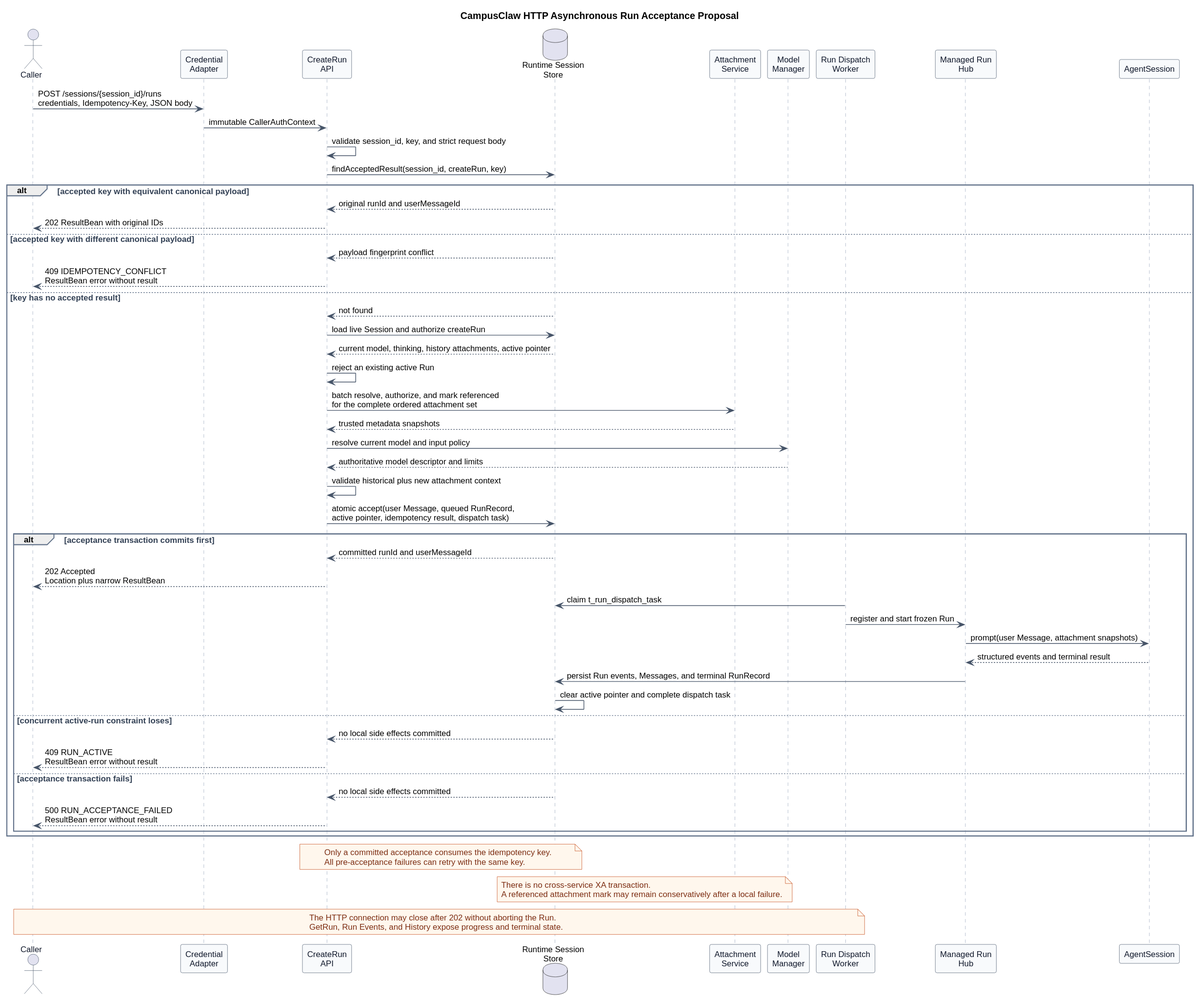
Above: pi-mono-java-manager-driven-multi-agent-runtime/http_create_run.svg in ssm0808/pi-mono-java-design (PlantUML), before the change.
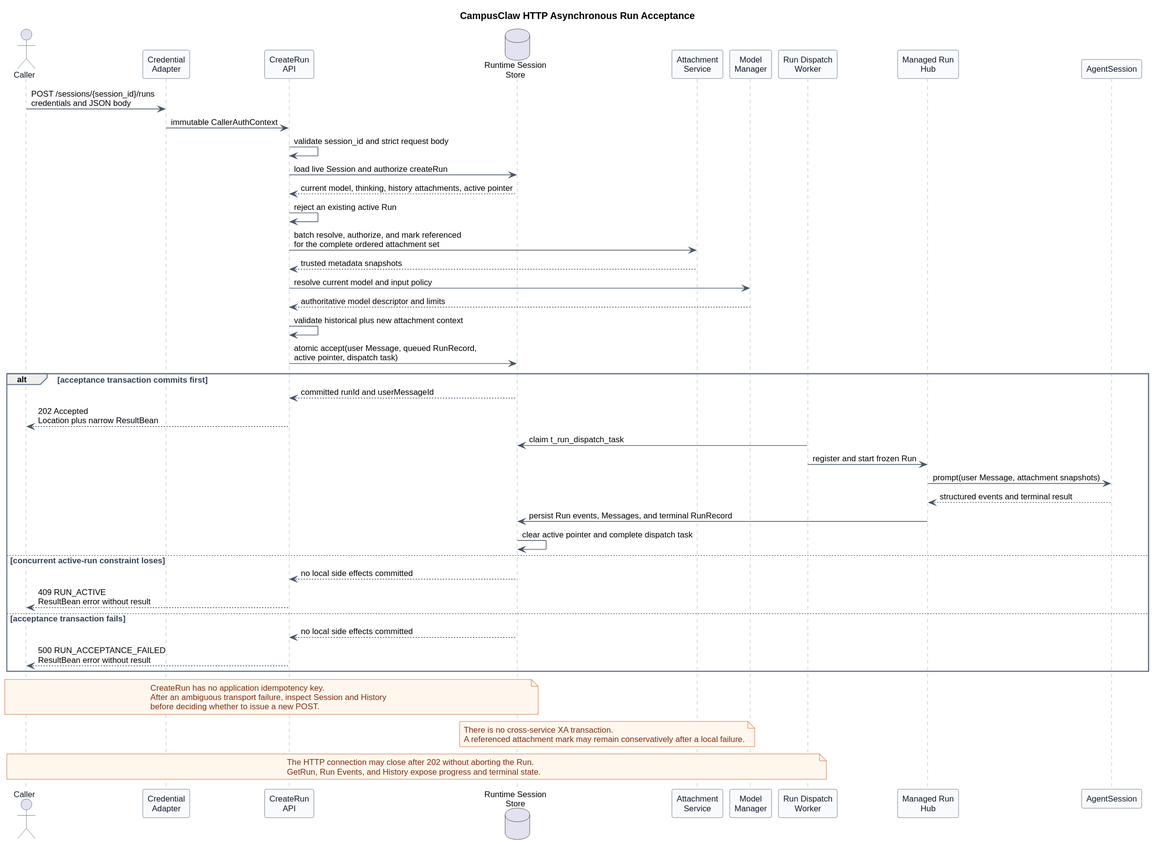
After the commit.

Commit message:
docs(api): confirm CreateRun contract

Diff of the diagram source:
```diff
@@ -1,5 +1,5 @@
 @startuml
-title CampusClaw HTTP Asynchronous Run Acceptance Proposal
+title CampusClaw HTTP Asynchronous Run Acceptance
 
 
 skinparam backgroundColor #FFFFFF
@@ -34,50 +34,40 @@
 participant "Managed Run\nHub" as Hub
 participant AgentSession
 
-Caller -> Auth : POST /sessions/{session_id}/runs\ncredentials, Idempotency-Key, JSON body
+Caller -> Auth : POST /sessions/{session_id}/runs\ncredentials and JSON body
 Auth -> API : immutable CallerAuthContext
-API -> API : validate session_id, key, and strict request body
-API -> Store : findAcceptedResult(session_id, createRun, key)
+API -> API : validate session_id and strict request body
+API -> Store : load live Session and authorize createRun
+Store --> API : current model, thinking, history attachments, active pointer
+API -> API : reject an existing active Run
+API -> Attachment : batch resolve, authorize, and mark referenced\nfor the complete ordered attachment set
+Attachment --> API : trusted metadata snapshots
+API -> Manager : resolve current model and input policy
+Manager --> API : authoritative model descriptor and limits
+API -> API : validate historical plus new attachment context
+API -> Store : atomic accept(user Message, queued RunRecord,\nactive pointer, dispatch task)
 
-alt accepted key with equivalent canonical payload
-  Store --> API : original runId and userMessageId
-  API --> Caller : 202 ResultBean with original IDs
-else accepted key with different canonical payload
-  Store --> API : payload fingerprint conflict
-  API --> Caller : 409 IDEMPOTENCY_CONFLICT\nResultBean error without result
-else key has no accepted result
-  Store --> API : not found
-  API -> Store : load live Session and authorize createRun
-  Store --> API : current model, thinking, history attachments, active pointer
-  API -> API : reject an existing active Run
-  API -> Attachment : batch resolve, authorize, and mark referenced\nfor the complete ordered attachment set
-  Attachment --> API : trusted metadata snapshots
-  API -> Manager : resolve current model and input policy
-  Manager --> API : authoritative model descriptor and limits
-  API -> API : validate historical plus new attachment context
-  API -> Store : atomic accept(user Message, queued RunRecord,\nactive pointer, idempotency result, dispatch task)
-
-  alt acceptance transaction commits first
-    Store --> API : committed runId and userMessageId
-    API --> Caller : 202 Accepted\nLocation plus narrow ResultBean
-    Worker -> Store : claim t_run_dispatch_task
-    Worker -> Hub : register and start frozen Run
-    Hub -> AgentSession : prompt(user Message, attachment snapshots)
-    AgentSession --> Hub : structured events and terminal result
-    Hub -> Store : persist Run events, Messages, and terminal RunRecord
-    Store -> Store : clear active pointer and complete dispatch task
-  else concurrent active-run constraint loses
-    Store --> API : no local side effects committed
-    API --> Caller : 409 RUN_ACTIVE\nResultBean error without result
-  else acceptance transaction fails
-    Store --> API : no local side effects committed
-    API --> Caller : 500 RUN_ACCEPTANCE_FAILED\nResultBean error without result
-  end
+alt acceptance transaction commits first
+  Store --> API : committed runId and userMessageId
+  API --> Caller : 202 Accepted\nLocation plus narrow ResultBean
+  Worker -> Store : claim t_run_dispatch_task
+  Worker -> Hub : register and start frozen Run
+  Hub -> AgentSession : prompt(user Message, attachment snapshots)
+  AgentSession --> Hub : structured events and terminal result
+  Hub -> Store : persist Run events, Messages, and terminal RunRecord
+  Store -> Store : clear active pointer and complete dispatch task
+else concurrent active-run constraint loses
+  Store --> API : no local side effects committed
+  API --> Caller : 409 RUN_ACTIVE\nResultBean error without result
+else acceptance transaction fails
+  Store --> API : no local side effects committed
+  API --> Caller : 500 RUN_ACCEPTANCE_FAILED\nResultBean error without result
 end
 
-note over API,Store
-Only a committed acceptance consumes the idempotency key.
-All pre-acceptance failures can retry with the same key.
+note over Caller,Store
+CreateRun has no application idempotency key.
+After an ambiguous transport failure, inspect Session and History
+before deciding whether to issue a new POST.
 end note
 
 note over Attachment,Store
```
